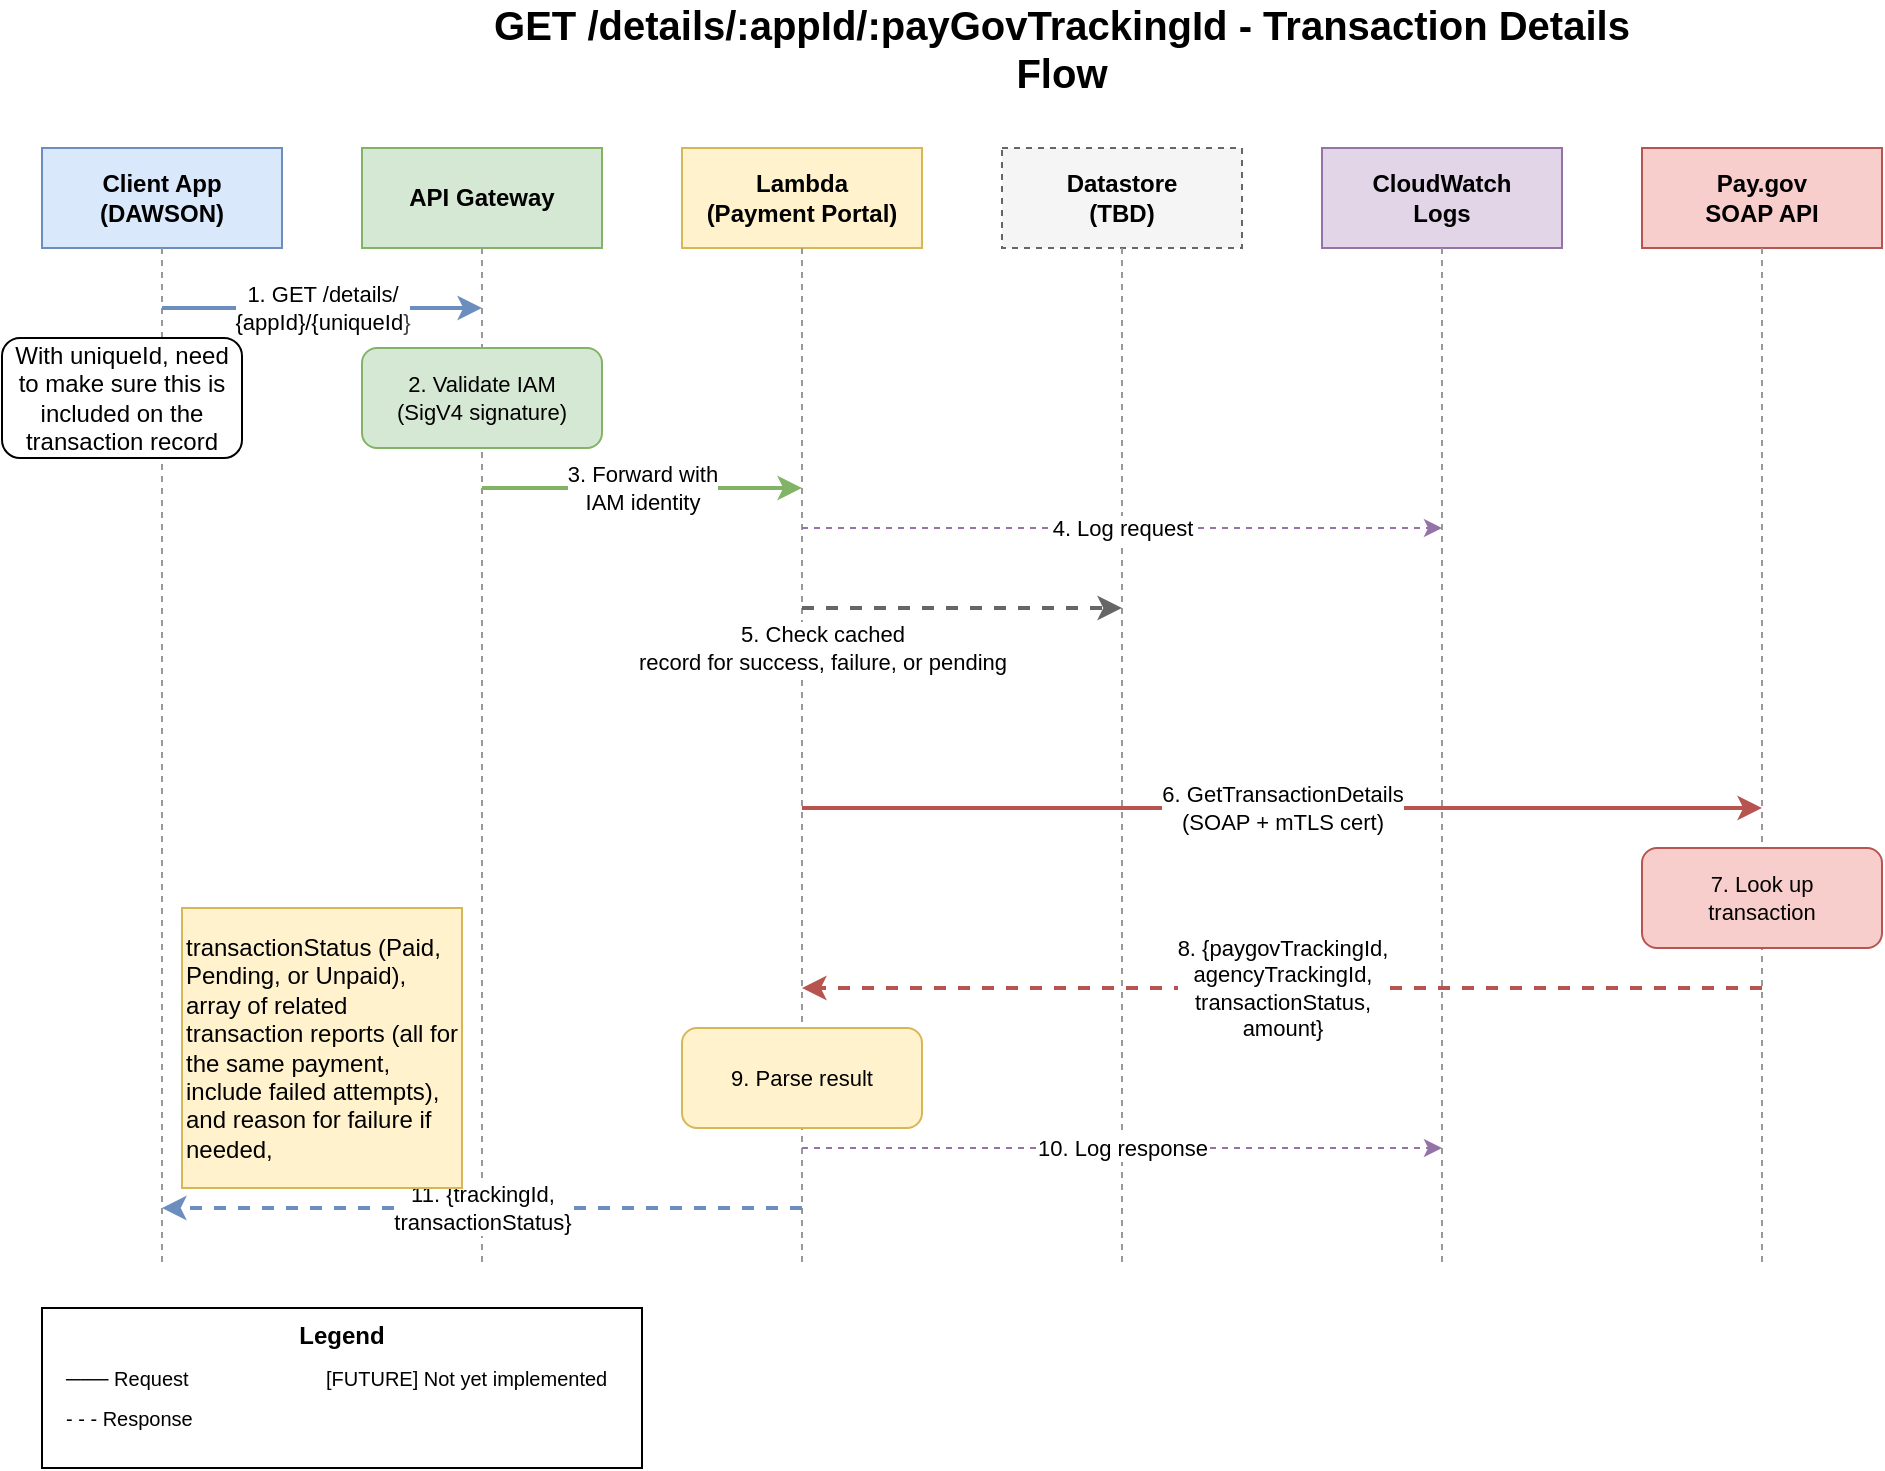
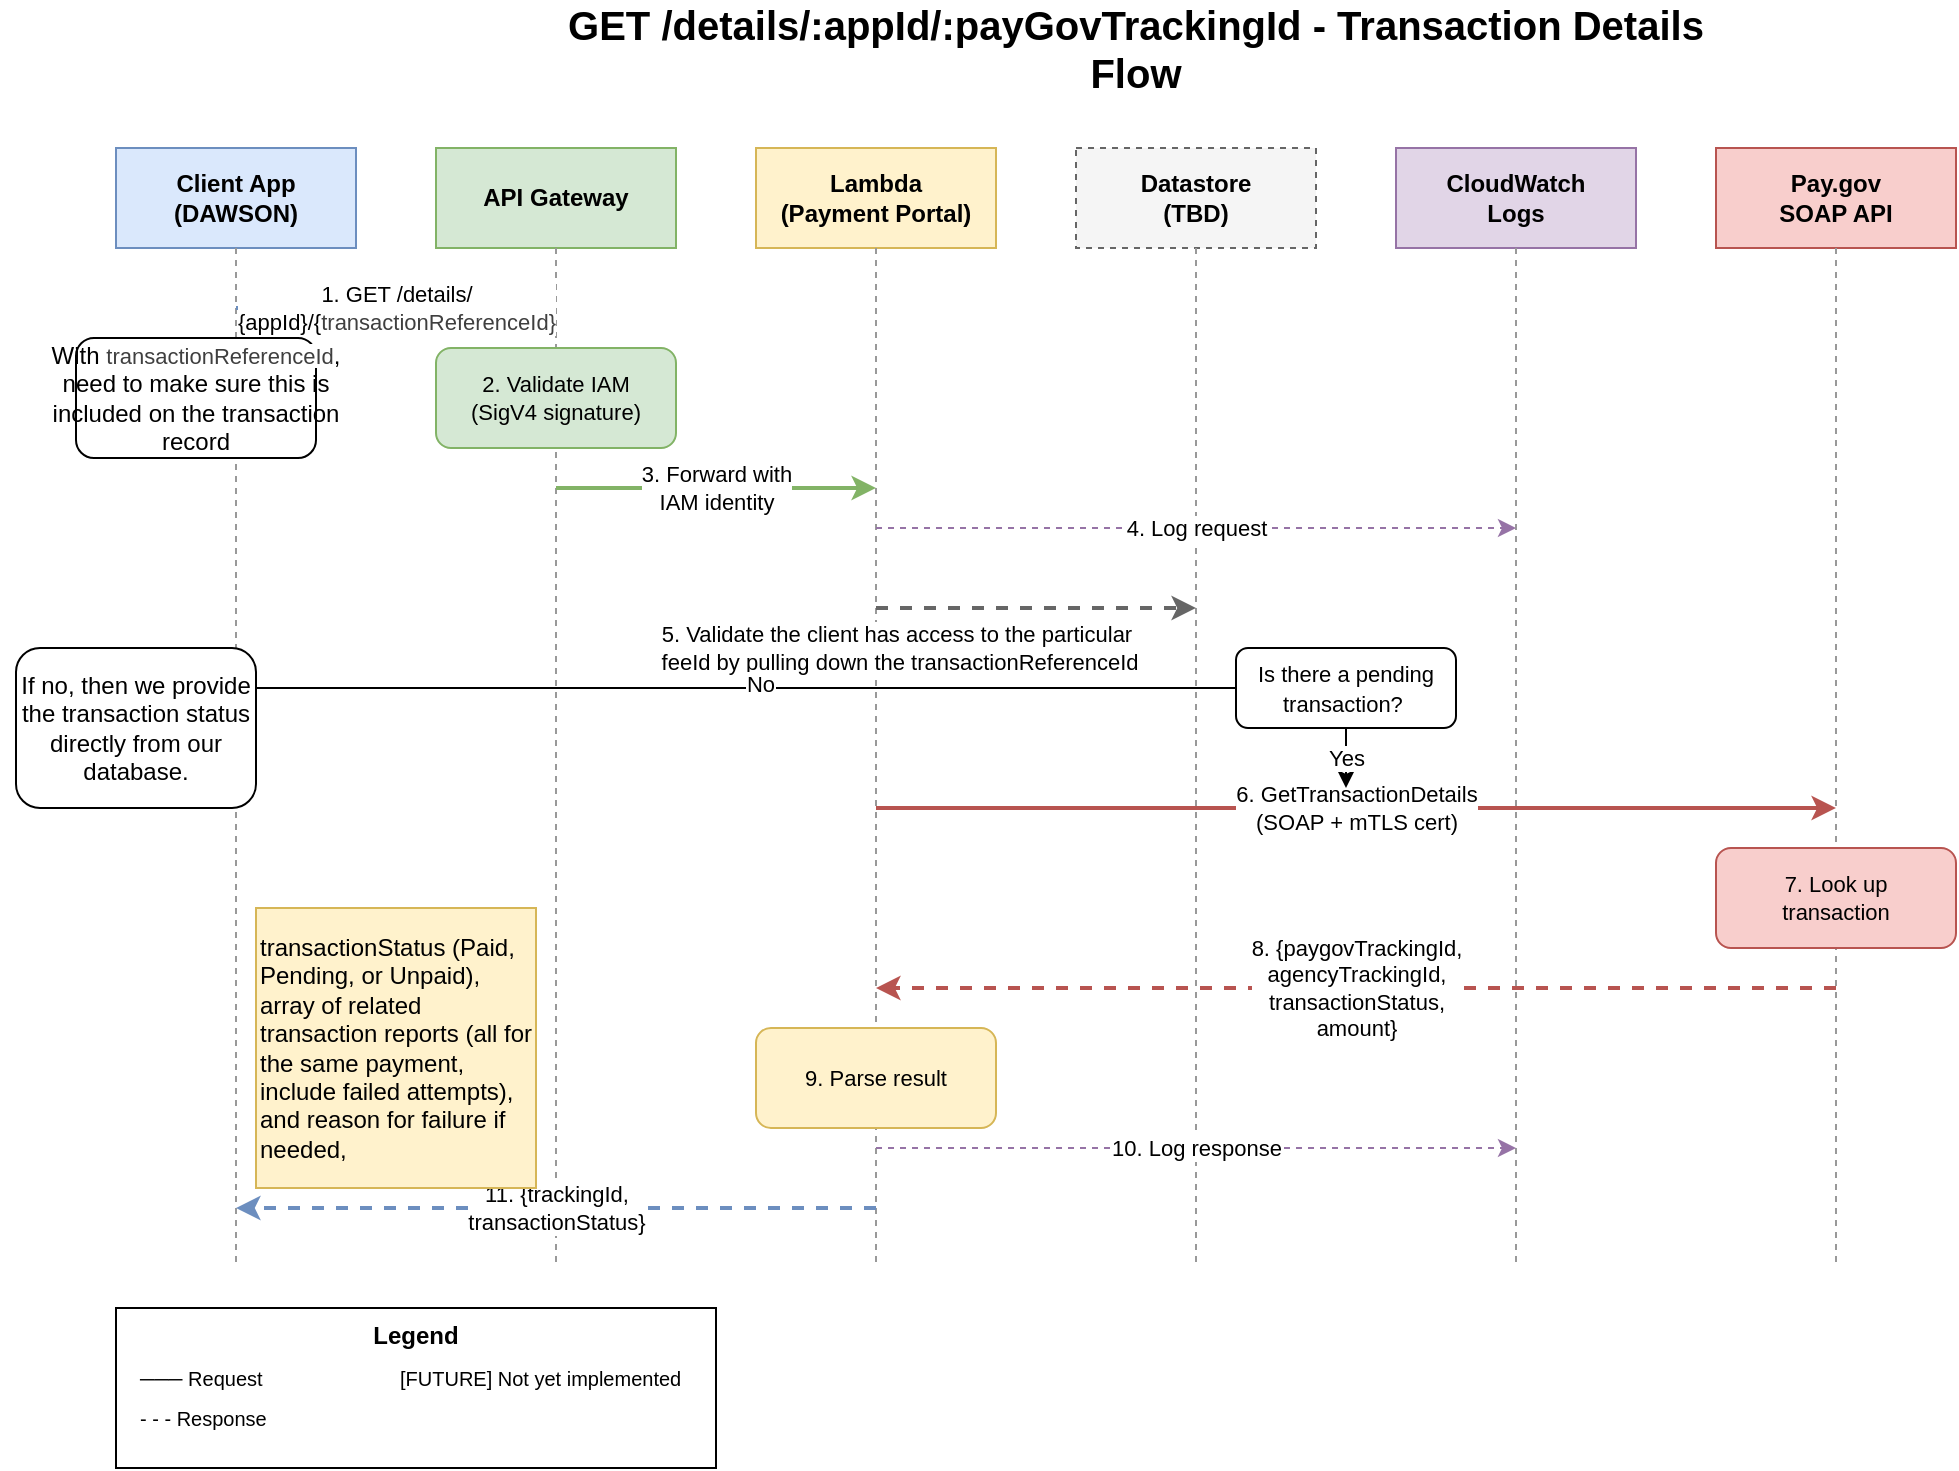
<mxfile host="65bd71144e">
    <diagram name="Get Details Flow" id="get-details-flow">
-         <mxGraphModel dx="890" dy="831" grid="1" gridSize="10" guides="1" tooltips="1" connect="1" arrows="1" fold="1" page="1" pageScale="1" pageWidth="1100" pageHeight="850" math="0" shadow="0">
+         <mxGraphModel dx="2933" dy="644" grid="1" gridSize="10" guides="1" tooltips="1" connect="1" arrows="1" fold="1" page="1" pageScale="1" pageWidth="1100" pageHeight="850" math="0" shadow="0">
            <root>
                <mxCell id="0"/>
                <mxCell id="1" parent="0"/>
                <mxCell id="title" value="GET /details/:appId/:payGovTrackingId - Transaction Details Flow" style="text;html=1;strokeColor=none;fillColor=none;align=center;verticalAlign=middle;whiteSpace=wrap;rounded=0;fontSize=20;fontStyle=1" parent="1" vertex="1">
                    <mxGeometry x="250" y="20" width="600" height="40" as="geometry"/>
                </mxCell>
                <mxCell id="header-client" value="Client App&#xa;(DAWSON)" style="rounded=0;whiteSpace=wrap;html=1;fillColor=#dae8fc;strokeColor=#6c8ebf;fontSize=12;fontStyle=1" parent="1" vertex="1">
                    <mxGeometry x="40" y="90" width="120" height="50" as="geometry"/>
                </mxCell>
                <mxCell id="header-gateway" value="API Gateway" style="rounded=0;whiteSpace=wrap;html=1;fillColor=#d5e8d4;strokeColor=#82b366;fontSize=12;fontStyle=1" parent="1" vertex="1">
                    <mxGeometry x="200" y="90" width="120" height="50" as="geometry"/>
                </mxCell>
                <mxCell id="header-lambda" value="Lambda&#xa;(Payment Portal)" style="rounded=0;whiteSpace=wrap;html=1;fillColor=#fff2cc;strokeColor=#d6b656;fontSize=12;fontStyle=1" parent="1" vertex="1">
                    <mxGeometry x="360" y="90" width="120" height="50" as="geometry"/>
                </mxCell>
                <mxCell id="header-datastore" value="Datastore&#xa;(TBD)" style="rounded=0;whiteSpace=wrap;html=1;fillColor=#f5f5f5;strokeColor=#666666;fontSize=12;fontStyle=1;dashed=1" parent="1" vertex="1">
                    <mxGeometry x="520" y="90" width="120" height="50" as="geometry"/>
                </mxCell>
                <mxCell id="header-logs" value="CloudWatch&#xa;Logs" style="rounded=0;whiteSpace=wrap;html=1;fillColor=#e1d5e7;strokeColor=#9673a6;fontSize=12;fontStyle=1" parent="1" vertex="1">
                    <mxGeometry x="680" y="90" width="120" height="50" as="geometry"/>
                </mxCell>
                <mxCell id="header-paygov" value="Pay.gov&#xa;SOAP API" style="rounded=0;whiteSpace=wrap;html=1;fillColor=#f8cecc;strokeColor=#b85450;fontSize=12;fontStyle=1" parent="1" vertex="1">
                    <mxGeometry x="840" y="90" width="120" height="50" as="geometry"/>
                </mxCell>
                <mxCell id="line-client" style="endArrow=none;dashed=1;html=1;strokeWidth=1;strokeColor=#999999;" parent="1" edge="1">
                    <mxGeometry relative="1" as="geometry">
                        <mxPoint x="100" y="140" as="sourcePoint"/>
                        <mxPoint x="100" y="650" as="targetPoint"/>
                    </mxGeometry>
                </mxCell>
                <mxCell id="line-gateway" style="endArrow=none;dashed=1;html=1;strokeWidth=1;strokeColor=#999999;" parent="1" edge="1">
                    <mxGeometry relative="1" as="geometry">
                        <mxPoint x="260" y="140" as="sourcePoint"/>
                        <mxPoint x="260" y="650" as="targetPoint"/>
                    </mxGeometry>
                </mxCell>
                <mxCell id="line-lambda" style="endArrow=none;dashed=1;html=1;strokeWidth=1;strokeColor=#999999;" parent="1" edge="1">
                    <mxGeometry relative="1" as="geometry">
                        <mxPoint x="420" y="140" as="sourcePoint"/>
                        <mxPoint x="420" y="650" as="targetPoint"/>
                    </mxGeometry>
                </mxCell>
                <mxCell id="line-datastore" style="endArrow=none;dashed=1;html=1;strokeWidth=1;strokeColor=#999999;" parent="1" edge="1">
                    <mxGeometry relative="1" as="geometry">
                        <mxPoint x="580" y="140" as="sourcePoint"/>
                        <mxPoint x="580" y="650" as="targetPoint"/>
                    </mxGeometry>
                </mxCell>
                <mxCell id="line-logs" style="endArrow=none;dashed=1;html=1;strokeWidth=1;strokeColor=#999999;" parent="1" edge="1">
                    <mxGeometry relative="1" as="geometry">
                        <mxPoint x="740" y="140" as="sourcePoint"/>
                        <mxPoint x="740" y="650" as="targetPoint"/>
                    </mxGeometry>
                </mxCell>
                <mxCell id="line-paygov" style="endArrow=none;dashed=1;html=1;strokeWidth=1;strokeColor=#999999;" parent="1" edge="1">
                    <mxGeometry relative="1" as="geometry">
                        <mxPoint x="900" y="140" as="sourcePoint"/>
                        <mxPoint x="900" y="650" as="targetPoint"/>
                    </mxGeometry>
                </mxCell>
-                 <mxCell id="step1" value="1. GET /details/&lt;br&gt;{appId}/{uniqueId&lt;span style=&quot;color: rgb(63, 63, 63); background-color: light-dark(#ffffff, var(--ge-dark-color, #121212));&quot;&gt;}&lt;/span&gt;" style="edgeStyle=orthogonalEdgeStyle;rounded=0;orthogonalLoop=1;jettySize=auto;html=1;strokeWidth=2;fillColor=#dae8fc;strokeColor=#6c8ebf;" parent="1" edge="1">
+                 <mxCell id="step1" value="1. GET /details/&lt;br&gt;{appId}/{&lt;span style=&quot;color: rgb(63, 63, 63); background-color: light-dark(#ffffff, var(--ge-dark-color, #121212));&quot;&gt;&lt;span style=&quot;color: rgb(63, 63, 63);&quot;&gt;transactionReferenceId&lt;/span&gt;}&lt;/span&gt;" style="edgeStyle=orthogonalEdgeStyle;rounded=0;orthogonalLoop=1;jettySize=auto;html=1;strokeWidth=2;fillColor=#dae8fc;strokeColor=#6c8ebf;" parent="1" edge="1">
                    <mxGeometry relative="1" as="geometry">
                        <mxPoint x="100" y="170" as="sourcePoint"/>
                        <mxPoint x="260" y="170" as="targetPoint"/>
                    </mxGeometry>
                </mxCell>
                <mxCell id="step2-box" value="2. Validate IAM&#xa;(SigV4 signature)" style="rounded=1;whiteSpace=wrap;html=1;fillColor=#d5e8d4;strokeColor=#82b366;fontSize=11" parent="1" vertex="1">
                    <mxGeometry x="200" y="190" width="120" height="50" as="geometry"/>
                </mxCell>
                <mxCell id="step3" value="3. Forward with&#xa;IAM identity" style="edgeStyle=orthogonalEdgeStyle;rounded=0;orthogonalLoop=1;jettySize=auto;html=1;strokeWidth=2;fillColor=#d5e8d4;strokeColor=#82b366;" parent="1" edge="1">
                    <mxGeometry relative="1" as="geometry">
                        <mxPoint x="260" y="260" as="sourcePoint"/>
                        <mxPoint x="420" y="260" as="targetPoint"/>
                    </mxGeometry>
                </mxCell>
                <mxCell id="step4" value="4. Log request" style="edgeStyle=orthogonalEdgeStyle;rounded=0;orthogonalLoop=1;jettySize=auto;html=1;strokeWidth=1;dashed=1;strokeColor=#9673a6;" parent="1" edge="1">
                    <mxGeometry relative="1" as="geometry">
                        <mxPoint x="420" y="280" as="sourcePoint"/>
                        <mxPoint x="740" y="280" as="targetPoint"/>
                    </mxGeometry>
                </mxCell>
-                 <mxCell id="step5" value="5. Check cached&lt;br&gt;record for success, failure, or pending" style="edgeStyle=orthogonalEdgeStyle;rounded=0;orthogonalLoop=1;jettySize=auto;html=1;strokeWidth=2;dashed=1;strokeColor=#666666;" parent="1" edge="1">
+                 <mxCell id="step5" value="5. Validate the client has access to the particular&lt;div&gt;&amp;nbsp;feeId by pulling down the transactionReferenceId&lt;/div&gt;" style="edgeStyle=orthogonalEdgeStyle;rounded=0;orthogonalLoop=1;jettySize=auto;html=1;strokeWidth=2;dashed=1;strokeColor=#666666;" parent="1" edge="1">
                    <mxGeometry x="-0.875" y="-20" relative="1" as="geometry">
                        <mxPoint x="420" y="320" as="sourcePoint"/>
                        <mxPoint x="580" y="320" as="targetPoint"/>
                        <mxPoint as="offset"/>
                    </mxGeometry>
                </mxCell>
                <mxCell id="step6" value="6. GetTransactionDetails&#xa;(SOAP + mTLS cert)" style="edgeStyle=orthogonalEdgeStyle;rounded=0;orthogonalLoop=1;jettySize=auto;html=1;strokeWidth=2;fillColor=#f8cecc;strokeColor=#b85450;" parent="1" edge="1">
                    <mxGeometry relative="1" as="geometry">
                        <mxPoint x="420" y="420" as="sourcePoint"/>
                        <mxPoint x="900" y="420" as="targetPoint"/>
                    </mxGeometry>
                </mxCell>
                <mxCell id="paygov-box" value="7. Look up&#xa;transaction" style="rounded=1;whiteSpace=wrap;html=1;fillColor=#f8cecc;strokeColor=#b85450;fontSize=11" parent="1" vertex="1">
                    <mxGeometry x="840" y="440" width="120" height="50" as="geometry"/>
                </mxCell>
                <mxCell id="step8" value="8. {paygovTrackingId,&#xa;agencyTrackingId,&#xa;transactionStatus,&#xa;amount}" style="edgeStyle=orthogonalEdgeStyle;rounded=0;orthogonalLoop=1;jettySize=auto;html=1;strokeWidth=2;dashed=1;strokeColor=#b85450;" parent="1" edge="1">
                    <mxGeometry relative="1" as="geometry">
                        <mxPoint x="900" y="510" as="sourcePoint"/>
                        <mxPoint x="420" y="510" as="targetPoint"/>
                    </mxGeometry>
                </mxCell>
                <mxCell id="step9-box" value="9. Parse result" style="rounded=1;whiteSpace=wrap;html=1;fillColor=#fff2cc;strokeColor=#d6b656;fontSize=11" parent="1" vertex="1">
                    <mxGeometry x="360" y="530" width="120" height="50" as="geometry"/>
                </mxCell>
                <mxCell id="step10" value="10. Log response" style="edgeStyle=orthogonalEdgeStyle;rounded=0;orthogonalLoop=1;jettySize=auto;html=1;strokeWidth=1;dashed=1;strokeColor=#9673a6;" parent="1" edge="1">
                    <mxGeometry relative="1" as="geometry">
                        <mxPoint x="420" y="590" as="sourcePoint"/>
                        <mxPoint x="740" y="590" as="targetPoint"/>
                    </mxGeometry>
                </mxCell>
                <mxCell id="step11" value="11. {trackingId,&#xa;transactionStatus}" style="edgeStyle=orthogonalEdgeStyle;rounded=0;orthogonalLoop=1;jettySize=auto;html=1;strokeWidth=2;dashed=1;strokeColor=#6c8ebf;" parent="1" edge="1">
                    <mxGeometry relative="1" as="geometry">
                        <mxPoint x="420" y="620" as="sourcePoint"/>
                        <mxPoint x="100" y="620" as="targetPoint"/>
                    </mxGeometry>
                </mxCell>
                <mxCell id="legend-box" value="Legend" style="rounded=0;whiteSpace=wrap;html=1;fillColor=none;strokeColor=#000000;fontSize=12;fontStyle=1;verticalAlign=top" parent="1" vertex="1">
                    <mxGeometry x="40" y="670" width="300" height="80" as="geometry"/>
                </mxCell>
                <mxCell id="legend-solid" value="─── Request" style="text;html=1;strokeColor=none;fillColor=none;align=left;verticalAlign=middle;fontSize=10" parent="1" vertex="1">
                    <mxGeometry x="50" y="695" width="130" height="20" as="geometry"/>
                </mxCell>
                <mxCell id="legend-dashed" value="- - - Response" style="text;html=1;strokeColor=none;fillColor=none;align=left;verticalAlign=middle;fontSize=10" parent="1" vertex="1">
                    <mxGeometry x="50" y="715" width="130" height="20" as="geometry"/>
                </mxCell>
                <mxCell id="legend-future" value="[FUTURE] Not yet implemented" style="text;html=1;strokeColor=none;fillColor=none;align=left;verticalAlign=middle;fontSize=10" parent="1" vertex="1">
                    <mxGeometry x="180" y="695" width="150" height="20" as="geometry"/>
                </mxCell>
-                 <mxCell id="3" value="transactionStatus (Paid, Pending, or Unpaid), array of related transaction reports (all for the same payment, include failed attempts), and reason for failure if needed," style="whiteSpace=wrap;html=1;aspect=fixed;align=left;fillColor=#fff2cc;strokeColor=#d6b656;" vertex="1" parent="1">
+                 <mxCell id="3" value="transactionStatus (Paid, Pending, or Unpaid), array of related transaction reports (all for the same payment, include failed attempts), and reason for failure if needed," style="whiteSpace=wrap;html=1;aspect=fixed;align=left;fillColor=#fff2cc;strokeColor=#d6b656;" parent="1" vertex="1">
                    <mxGeometry x="110" y="470" width="140" height="140" as="geometry"/>
                </mxCell>
-                 <mxCell id="4" value="With uniqueId, need to make sure this is included on the transaction record" style="rounded=1;whiteSpace=wrap;html=1;" vertex="1" parent="1">
+                 <mxCell id="4" value="With&amp;nbsp;&lt;span style=&quot;color: rgb(63, 63, 63); font-size: 11px; text-wrap-mode: nowrap; background-color: rgb(255, 255, 255);&quot;&gt;transactionReferenceId&lt;/span&gt;, need to make sure this is included on the transaction record" style="rounded=1;whiteSpace=wrap;html=1;" parent="1" vertex="1">
                    <mxGeometry x="20" y="185" width="120" height="60" as="geometry"/>
+                 </mxCell>
+                 <mxCell id="6" style="edgeStyle=none;html=1;entryX=0;entryY=0.25;entryDx=0;entryDy=0;" edge="1" parent="1" source="5" target="9">
+                     <mxGeometry relative="1" as="geometry">
+                         <mxPoint x="740" y="330" as="targetPoint"/>
+                     </mxGeometry>
+                 </mxCell>
+                 <mxCell id="12" value="No" style="edgeLabel;html=1;align=center;verticalAlign=middle;resizable=0;points=[];" vertex="1" connectable="0" parent="6">
+                     <mxGeometry x="-0.2182" y="-2" relative="1" as="geometry">
+                         <mxPoint as="offset"/>
+                     </mxGeometry>
+                 </mxCell>
+                 <mxCell id="8" value="Yes" style="edgeStyle=none;html=1;" edge="1" parent="1" source="5">
+                     <mxGeometry relative="1" as="geometry">
+                         <mxPoint x="655" y="410" as="targetPoint"/>
+                     </mxGeometry>
+                 </mxCell>
+                 <mxCell id="5" value="&lt;span style=&quot;color: rgb(0, 0, 0); font-size: 11px;&quot;&gt;Is there a pending transaction?&amp;nbsp;&lt;/span&gt;" style="rounded=1;whiteSpace=wrap;html=1;" vertex="1" parent="1">
+                     <mxGeometry x="600" y="340" width="110" height="40" as="geometry"/>
+                 </mxCell>
+                 <mxCell id="9" value="If no, then we provide the transaction status directly from our database." style="rounded=1;whiteSpace=wrap;html=1;" vertex="1" parent="1">
+                     <mxGeometry x="-10" y="340" width="120" height="80" as="geometry"/>
                </mxCell>
            </root>
        </mxGraphModel>
    </diagram>
</mxfile>
